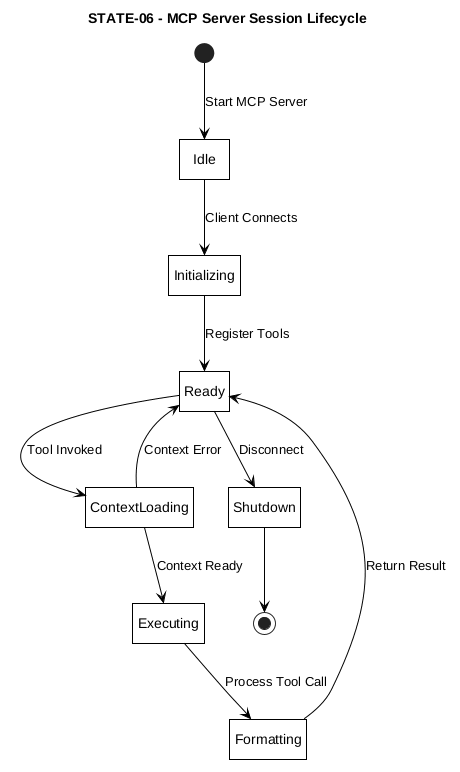
Litho-MD/uet-fyp-docs keeps this PlantUML diagram as Figures/state-machine/STATE-06-mcp-session.png. Above is the earlier version.
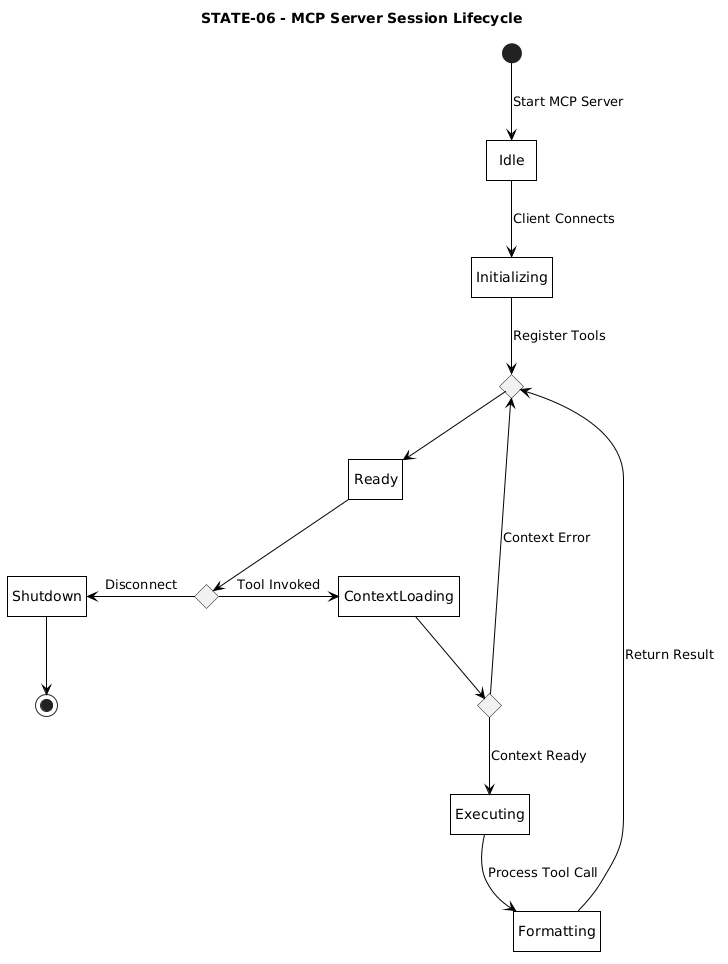
Later version of the same file.

The edit, as a diff of the source:
```diff
@@ -1,4 +1,4 @@
-@startuml STATE-06-mcp-session
+@startuml
 title STATE-06 - MCP Server Session Lifecycle
 
 hide empty description
@@ -17,19 +17,27 @@
     FontColor black
 }
 
-[*] --> Idle : Start MCP Server
+state c_ready_in <<choice>>
 
-Idle --> Initializing : Client Connects
-Initializing --> Ready : Register Tools
+[*] -down-> Idle : Start MCP Server
 
-Ready --> ContextLoading : Tool Invoked
-ContextLoading --> Ready : Context Error
-ContextLoading --> Executing : Context Ready
+Idle -down-> Initializing : Client Connects
+Initializing -down-> c_ready_in : Register Tools
+c_ready_in -down-> Ready
 
-Executing --> Formatting : Process Tool Call
-Formatting --> Ready : Return Result
+state c_ready <<choice>>
+Ready -down-> c_ready
 
-Ready --> Shutdown : Disconnect
-Shutdown --> [*]
+c_ready -right-> ContextLoading : Tool Invoked
+c_ready -left-> Shutdown : Disconnect
 
+state c_ctx <<choice>>
+ContextLoading -down-> c_ctx
+c_ctx -left-> c_ready_in : Context Error
+c_ctx -down-> Executing : Context Ready
+
+Executing -down-> Formatting : Process Tool Call
+Formatting -left-> c_ready_in : Return Result
+
+Shutdown -down-> [*]
 @enduml
```
